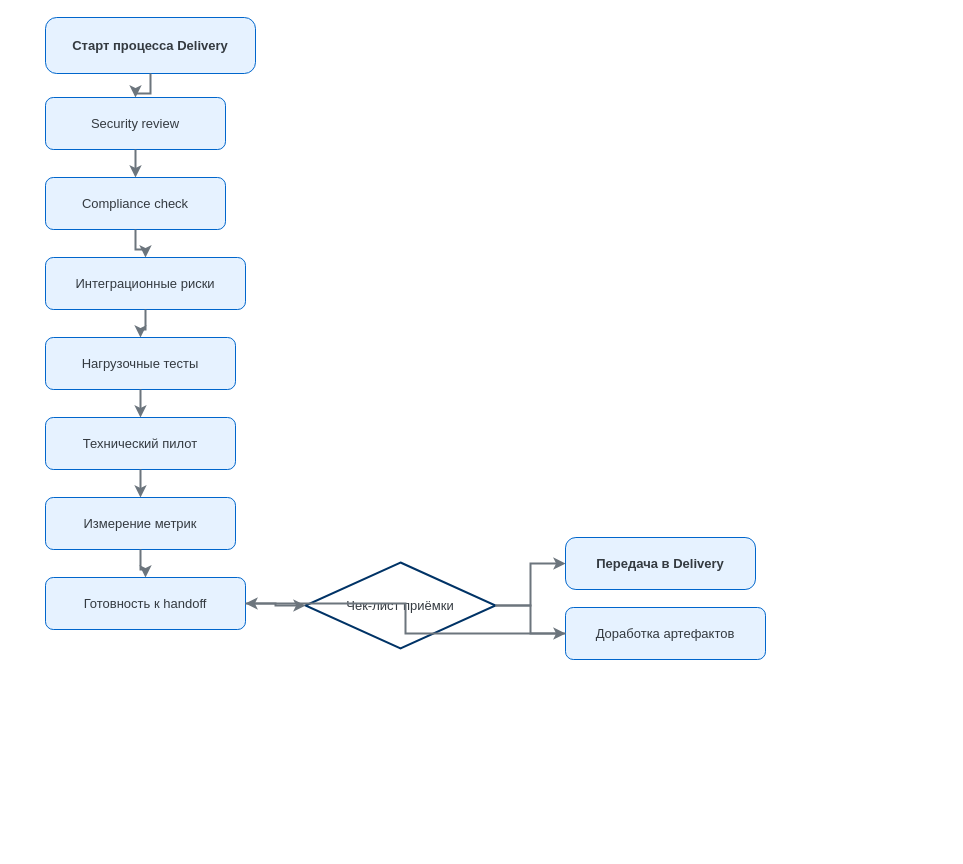
Before: тестыИИ/discovery/drawio/06-phase-3-delivery.drawio in jackrescuer-gif/Discovery-in-value, a draw.io diagram. Source tidied: cells renumbered, new cells numbered last; positions are measured from the earlier drawing's top-left corner, leaving out a move shared by most shapes. Both pictures are drawn from the tidied source at 100%, with x=0, y=0 at pixel (45, 17).
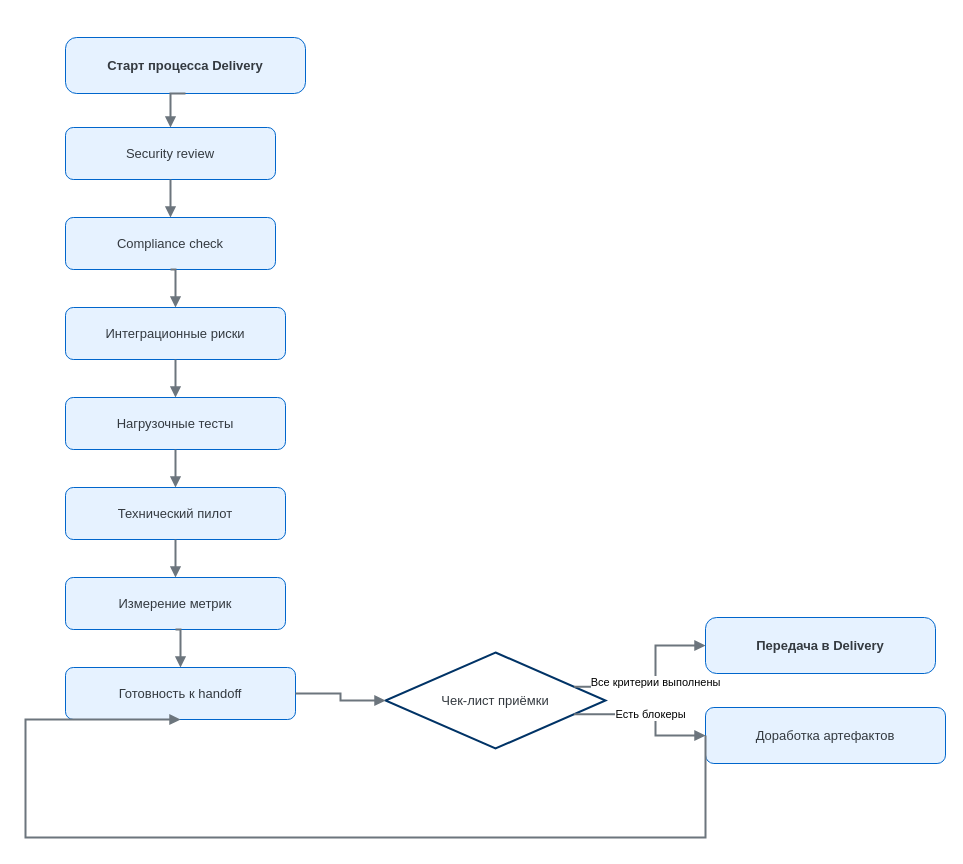
Above is the later version.

Change to the diagram source:
```diff
@@
     <mxCell id="2" value="Старт процесса Delivery" style="rounded=1;whiteSpace=wrap;html=1;arcSize=20;fillColor=#E6F2FF;strokeColor=#0066CC;fontColor=#343A40;fontSize=13;fontStyle=1;" parent="1" vertex="1">
-      <mxGeometry width="210" height="56" as="geometry" />
+      <mxGeometry x="20" y="20" width="240" height="56" as="geometry" />
     </mxCell>
     <mxCell id="3" value="Security review" style="rounded=1;whiteSpace=wrap;html=1;fillColor=#E6F2FF;strokeColor=#0066CC;fontColor=#343A40;fontSize=13;" parent="1" vertex="1">
-      <mxGeometry y="80" width="180" height="52" as="geometry" />
+      <mxGeometry x="20" y="110" width="210" height="52" as="geometry" />
     </mxCell>
     <mxCell id="4" value="Compliance check" style="rounded=1;whiteSpace=wrap;html=1;fillColor=#E6F2FF;strokeColor=#0066CC;fontColor=#343A40;fontSize=13;" parent="1" vertex="1">
-      <mxGeometry y="160" width="180" height="52" as="geometry" />
+      <mxGeometry x="20" y="200" width="210" height="52" as="geometry" />
     </mxCell>
     <mxCell id="5" value="Интеграционные риски" style="rounded=1;whiteSpace=wrap;html=1;fillColor=#E6F2FF;strokeColor=#0066CC;fontColor=#343A40;fontSize=13;" parent="1" vertex="1">
-      <mxGeometry y="240" width="200" height="52" as="geometry" />
+      <mxGeometry x="20" y="290" width="220" height="52" as="geometry" />
     </mxCell>
     <mxCell id="6" value="Нагрузочные тесты" style="rounded=1;whiteSpace=wrap;html=1;fillColor=#E6F2FF;strokeColor=#0066CC;fontColor=#343A40;fontSize=13;" parent="1" vertex="1">
-      <mxGeometry y="320" width="190" height="52" as="geometry" />
+      <mxGeometry x="20" y="380" width="220" height="52" as="geometry" />
     </mxCell>
     <mxCell id="7" value="Технический пилот" style="rounded=1;whiteSpace=wrap;html=1;fillColor=#E6F2FF;strokeColor=#0066CC;fontColor=#343A40;fontSize=13;" parent="1" vertex="1">
-      <mxGeometry y="400" width="190" height="52" as="geometry" />
+      <mxGeometry x="20" y="470" width="220" height="52" as="geometry" />
     </mxCell>
     <mxCell id="8" value="Измерение метрик" style="rounded=1;whiteSpace=wrap;html=1;fillColor=#E6F2FF;strokeColor=#0066CC;fontColor=#343A40;fontSize=13;" parent="1" vertex="1">
-      <mxGeometry y="480" width="190" height="52" as="geometry" />
+      <mxGeometry x="20" y="560" width="220" height="52" as="geometry" />
     </mxCell>
     <mxCell id="9" value="Готовность к handoff" style="rounded=1;whiteSpace=wrap;html=1;fillColor=#E6F2FF;strokeColor=#0066CC;fontColor=#343A40;fontSize=13;" parent="1" vertex="1">
-      <mxGeometry y="560" width="200" height="52" as="geometry" />
+      <mxGeometry x="20" y="650" width="230" height="52" as="geometry" />
     </mxCell>
     <mxCell id="10" value="Чек-лист приёмки" style="rhombus;whiteSpace=wrap;html=1;fillColor=#FFFFFF;strokeColor=#003366;strokeWidth=2;fontColor=#343A40;fontSize=13;" parent="1" vertex="1">
-      <mxGeometry x="260" y="545" width="190" height="86" as="geometry" />
+      <mxGeometry x="340" y="635" width="220" height="96" as="geometry" />
     </mxCell>
     <mxCell id="11" value="Передача в Delivery" style="rounded=1;whiteSpace=wrap;html=1;arcSize=20;fillColor=#E6F2FF;strokeColor=#0066CC;fontColor=#343A40;fontSize=13;fontStyle=1;" parent="1" vertex="1">
-      <mxGeometry x="520" y="520" width="190" height="52" as="geometry" />
+      <mxGeometry x="660" y="600" width="230" height="56" as="geometry" />
     </mxCell>
     <mxCell id="12" value="Доработка артефактов" style="rounded=1;whiteSpace=wrap;html=1;fillColor=#E6F2FF;strokeColor=#0066CC;fontColor=#343A40;fontSize=13;" parent="1" vertex="1">
-      <mxGeometry x="520" y="590" width="200" height="52" as="geometry" />
+      <mxGeometry x="660" y="690" width="240" height="56" as="geometry" />
     </mxCell>
-    <mxCell id="13" style="edgeStyle=orthogonalEdgeStyle;rounded=0;jettySize=auto;html=1;strokeColor=#6C757D;strokeWidth=2;" parent="1" edge="1" source="2" target="3">
+    <mxCell id="13" style="edgeStyle=orthogonalEdgeStyle;rounded=0;jettySize=auto;html=1;strokeColor=#6C757D;strokeWidth=2;endArrow=block;endFill=1;exitX=0.5;exitY=1;entryX=0.5;entryY=0;" parent="1" edge="1" source="2" target="3">
       <mxGeometry relative="1" as="geometry" />
     </mxCell>
-    <mxCell id="14" style="edgeStyle=orthogonalEdgeStyle;rounded=0;jettySize=auto;html=1;strokeColor=#6C757D;strokeWidth=2;" parent="1" edge="1" source="3" target="4">
+    <mxCell id="14" style="edgeStyle=orthogonalEdgeStyle;rounded=0;jettySize=auto;html=1;strokeColor=#6C757D;strokeWidth=2;endArrow=block;endFill=1;exitX=0.5;exitY=1;entryX=0.5;entryY=0;" parent="1" edge="1" source="3" target="4">
       <mxGeometry relative="1" as="geometry" />
     </mxCell>
-    <mxCell id="15" style="edgeStyle=orthogonalEdgeStyle;rounded=0;jettySize=auto;html=1;strokeColor=#6C757D;strokeWidth=2;" parent="1" edge="1" source="4" target="5">
+    <mxCell id="15" style="edgeStyle=orthogonalEdgeStyle;rounded=0;jettySize=auto;html=1;strokeColor=#6C757D;strokeWidth=2;endArrow=block;endFill=1;exitX=0.5;exitY=1;entryX=0.5;entryY=0;" parent="1" edge="1" source="4" target="5">
       <mxGeometry relative="1" as="geometry" />
     </mxCell>
-    <mxCell id="16" style="edgeStyle=orthogonalEdgeStyle;rounded=0;jettySize=auto;html=1;strokeColor=#6C757D;strokeWidth=2;" parent="1" edge="1" source="5" target="6">
+    <mxCell id="16" style="edgeStyle=orthogonalEdgeStyle;rounded=0;jettySize=auto;html=1;strokeColor=#6C757D;strokeWidth=2;endArrow=block;endFill=1;exitX=0.5;exitY=1;entryX=0.5;entryY=0;" parent="1" edge="1" source="5" target="6">
       <mxGeometry relative="1" as="geometry" />
     </mxCell>
-    <mxCell id="17" style="edgeStyle=orthogonalEdgeStyle;rounded=0;jettySize=auto;html=1;strokeColor=#6C757D;strokeWidth=2;" parent="1" edge="1" source="6" target="7">
+    <mxCell id="17" style="edgeStyle=orthogonalEdgeStyle;rounded=0;jettySize=auto;html=1;strokeColor=#6C757D;strokeWidth=2;endArrow=block;endFill=1;exitX=0.5;exitY=1;entryX=0.5;entryY=0;" parent="1" edge="1" source="6" target="7">
       <mxGeometry relative="1" as="geometry" />
     </mxCell>
-    <mxCell id="18" style="edgeStyle=orthogonalEdgeStyle;rounded=0;jettySize=auto;html=1;strokeColor=#6C757D;strokeWidth=2;" parent="1" edge="1" source="7" target="8">
+    <mxCell id="18" style="edgeStyle=orthogonalEdgeStyle;rounded=0;jettySize=auto;html=1;strokeColor=#6C757D;strokeWidth=2;endArrow=block;endFill=1;exitX=0.5;exitY=1;entryX=0.5;entryY=0;" parent="1" edge="1" source="7" target="8">
       <mxGeometry relative="1" as="geometry" />
     </mxCell>
-    <mxCell id="19" style="edgeStyle=orthogonalEdgeStyle;rounded=0;jettySize=auto;html=1;strokeColor=#6C757D;strokeWidth=2;" parent="1" edge="1" source="8" target="9">
+    <mxCell id="19" style="edgeStyle=orthogonalEdgeStyle;rounded=0;jettySize=auto;html=1;strokeColor=#6C757D;strokeWidth=2;endArrow=block;endFill=1;exitX=0.5;exitY=1;entryX=0.5;entryY=0;" parent="1" edge="1" source="8" target="9">
       <mxGeometry relative="1" as="geometry" />
     </mxCell>
-    <mxCell id="20" style="edgeStyle=orthogonalEdgeStyle;rounded=0;jettySize=auto;html=1;strokeColor=#6C757D;strokeWidth=2;" parent="1" edge="1" source="9" target="10">
+    <mxCell id="20" style="edgeStyle=orthogonalEdgeStyle;rounded=0;jettySize=auto;html=1;strokeColor=#6C757D;strokeWidth=2;endArrow=block;endFill=1;exitX=1;exitY=0.5;entryX=0;entryY=0.5;" parent="1" edge="1" source="9" target="10">
       <mxGeometry relative="1" as="geometry" />
     </mxCell>
-    <mxCell id="21" style="edgeStyle=orthogonalEdgeStyle;rounded=0;jettySize=auto;html=1;strokeColor=#6C757D;strokeWidth=2;" parent="1" edge="1" source="10" target="11">
+    <mxCell id="21" value="Все критерии выполнены" style="edgeStyle=orthogonalEdgeStyle;rounded=0;jettySize=auto;html=1;strokeColor=#6C757D;strokeWidth=2;endArrow=block;endFill=1;exitX=1;exitY=0.3;entryX=0;entryY=0.5;" parent="1" edge="1" source="10" target="11">
       <mxGeometry relative="1" as="geometry" />
     </mxCell>
-    <mxCell id="22" style="edgeStyle=orthogonalEdgeStyle;rounded=0;jettySize=auto;html=1;strokeColor=#6C757D;strokeWidth=2;" parent="1" edge="1" source="10" target="12">
+    <mxCell id="22" value="Есть блокеры" style="edgeStyle=orthogonalEdgeStyle;rounded=0;jettySize=auto;html=1;strokeColor=#6C757D;strokeWidth=2;endArrow=block;endFill=1;exitX=1;exitY=0.7;entryX=0;entryY=0.5;" parent="1" edge="1" source="10" target="12">
       <mxGeometry relative="1" as="geometry" />
     </mxCell>
-    <mxCell id="23" style="edgeStyle=orthogonalEdgeStyle;rounded=0;jettySize=auto;html=1;strokeColor=#6C757D;strokeWidth=2;" parent="1" edge="1" source="12" target="9">
-      <mxGeometry relative="1" as="geometry" />
+    <mxCell id="23" style="edgeStyle=orthogonalEdgeStyle;rounded=0;jettySize=auto;html=1;strokeColor=#6C757D;strokeWidth=2;endArrow=block;endFill=1;exitX=0;exitY=0.5;entryX=0.5;entryY=1;" parent="1" edge="1" source="12" target="9">
+      <mxGeometry relative="1" as="geometry">
+        <Array as="points">
+          <mxPoint x="-20" y="820" />
+        </Array>
+      </mxGeometry>
     </mxCell>
```
